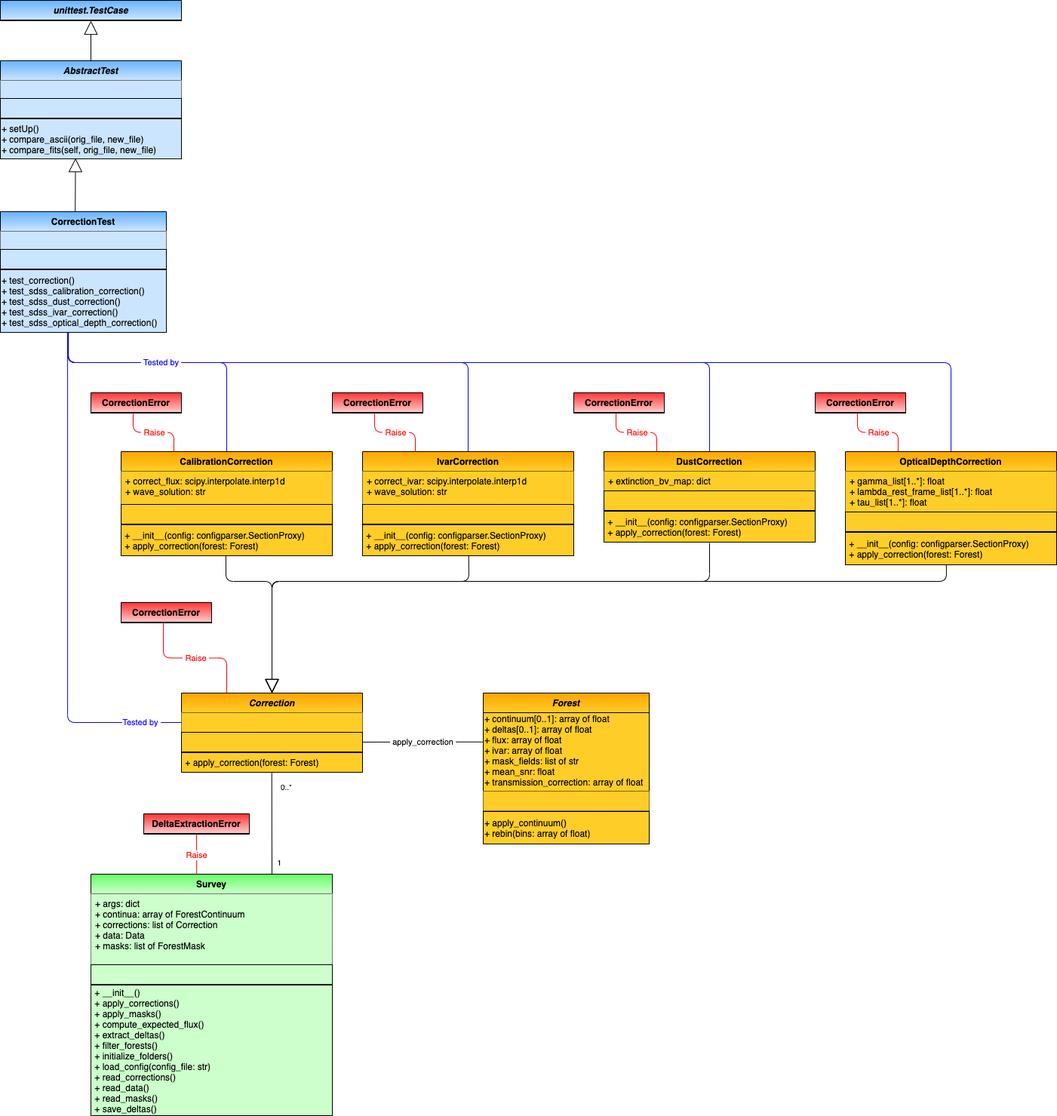
Before: docs/delta_extraction/data_model/data_model-Correction.png, a diagram exported from draw.io (igmhub/picca). Source tidied: cells renumbered, new cells last; positions are measured from the earlier drawing's top-left corner, leaving out a move shared by most shapes.
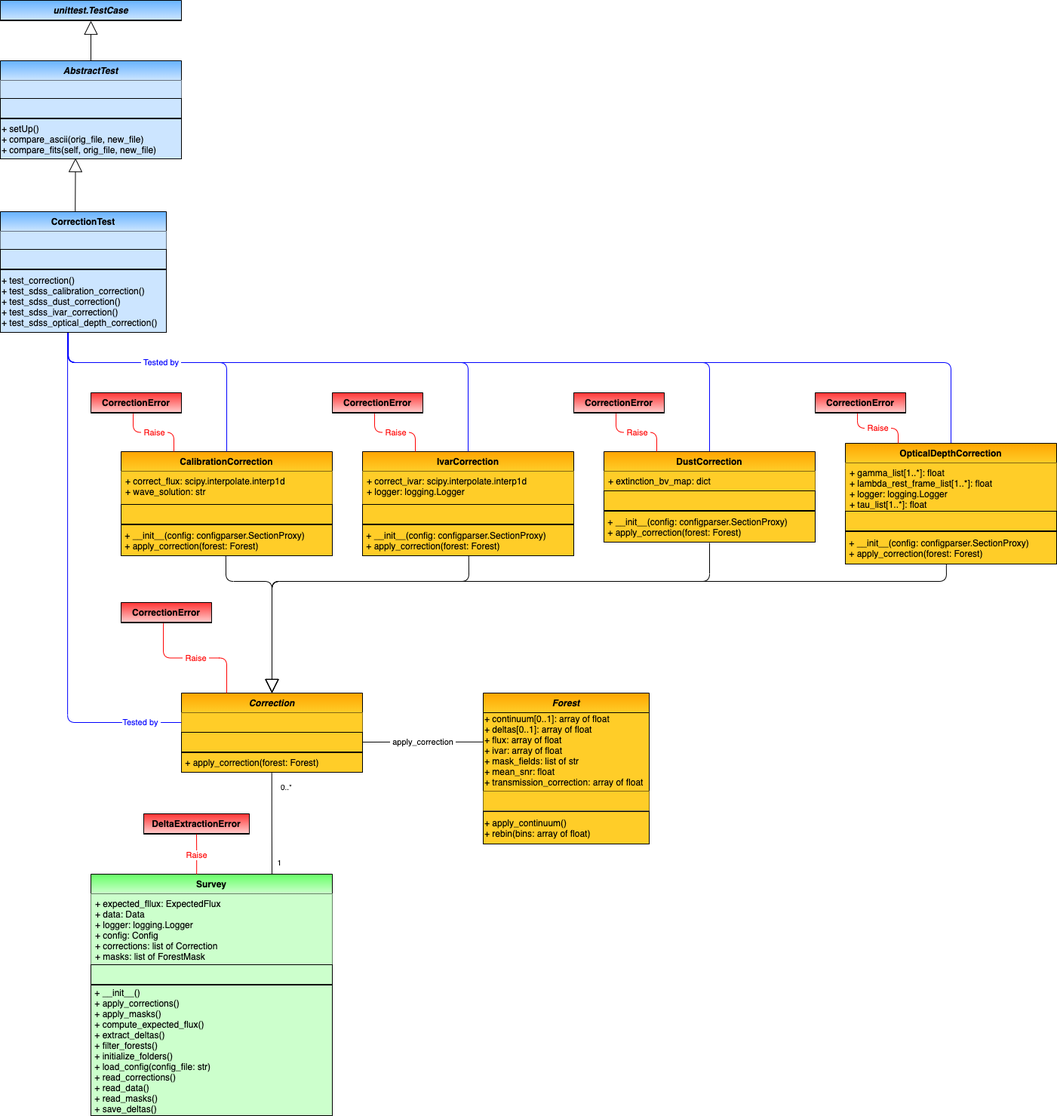
After the change.

Commit message:
updated data model

Change to the diagram source:
```diff
@@ -65,7 +65,7 @@
     <mxCell id="10" value="Survey" style="swimlane;fontStyle=1;horizontal=1;startSize=26;swimlaneFillColor=#ffffff;rounded=0;shadow=0;glass=0;comic=0;strokeColor=#000000;swimlaneLine=1;gradientDirection=north;fillColor=#CCFFCC;gradientColor=#66FF66;" parent="1" vertex="1">
       <mxGeometry x="120" y="1158" width="320" height="320" as="geometry" />
     </mxCell>
-    <mxCell id="11" value="+ args: dict&#10;+ continua: array of ForestContinuum&#10;+ corrections: list of Correction&#10;+ data: Data&#10;+ masks: list of ForestMask&#10;" style="text;strokeColor=none;align=left;verticalAlign=top;spacingLeft=4;spacingRight=4;overflow=hidden;gradientColor=none;fillColor=#CCFFCC;" parent="10" vertex="1">
+    <mxCell id="11" value="+ expected_fllux: ExpectedFlux&#10;+ data: Data&#10;+ logger: logging.Logger&#10;+ config: Config&#10;+ corrections: list of Correction&#10;+ masks: list of ForestMask" style="text;strokeColor=none;align=left;verticalAlign=top;spacingLeft=4;spacingRight=4;overflow=hidden;gradientColor=none;fillColor=#CCFFCC;" parent="10" vertex="1">
       <mxGeometry y="26" width="320" height="94" as="geometry" />
     </mxCell>
     <mxCell id="12" style="text;strokeColor=#000000;align=left;verticalAlign=middle;overflow=hidden;rounded=0;shadow=0;glass=0;comic=0;fontStyle=0;gradientColor=none;swimlaneFillColor=#ffffff;gradientDirection=north;startSize=26;fillColor=#CCFFCC;" parent="10" vertex="1">
@@ -110,7 +110,7 @@
     <mxCell id="25" value="IvarCorrection" style="swimlane;fontStyle=1;horizontal=1;startSize=26;fillColor=#ffcd28;swimlaneFillColor=#ffffff;rounded=0;shadow=0;glass=0;comic=0;strokeColor=#000000;gradientColor=#ffa500;swimlaneLine=1;gradientDirection=north;" parent="1" vertex="1">
       <mxGeometry x="480" y="598" width="280" height="138" as="geometry" />
     </mxCell>
-    <mxCell id="26" value="+ correct_ivar: scipy.interpolate.interp1d&#10;+ wave_solution: str" style="text;strokeColor=none;fillColor=#ffcd28;align=left;verticalAlign=top;spacingLeft=4;spacingRight=4;overflow=hidden;gradientColor=none;" parent="25" vertex="1">
+    <mxCell id="26" value="+ correct_ivar: scipy.interpolate.interp1d&#10;+ logger: logging.Logger" style="text;strokeColor=none;fillColor=#ffcd28;align=left;verticalAlign=top;spacingLeft=4;spacingRight=4;overflow=hidden;gradientColor=none;" parent="25" vertex="1">
       <mxGeometry y="26" width="280" height="44" as="geometry" />
     </mxCell>
     <mxCell id="27" style="text;strokeColor=#000000;fillColor=#ffcd28;align=left;verticalAlign=middle;overflow=hidden;rounded=0;shadow=0;glass=0;comic=0;fontStyle=0;gradientColor=none;swimlaneFillColor=#ffffff;gradientDirection=north;startSize=26;" parent="25" vertex="1">
@@ -138,19 +138,19 @@
       <mxGeometry y="79" width="280" height="41" as="geometry" />
     </mxCell>
     <mxCell id="35" value="OpticalDepthCorrection" style="swimlane;fontStyle=1;horizontal=1;startSize=26;fillColor=#ffcd28;swimlaneFillColor=#ffffff;rounded=0;shadow=0;glass=0;comic=0;strokeColor=#000000;gradientColor=#ffa500;swimlaneLine=1;gradientDirection=north;" parent="1" vertex="1">
-      <mxGeometry x="1120" y="598" width="280" height="150" as="geometry" />
+      <mxGeometry x="1120" y="587" width="280" height="160" as="geometry" />
     </mxCell>
-    <mxCell id="36" value="+ gamma_list[1..*]: float&#10;+ lambda_rest_frame_list[1..*]: float&#10;+ tau_list[1..*]: float" style="text;strokeColor=none;fillColor=#ffcd28;align=left;verticalAlign=top;spacingLeft=4;spacingRight=4;overflow=hidden;gradientColor=none;" parent="35" vertex="1">
-      <mxGeometry y="26" width="280" height="54" as="geometry" />
+    <mxCell id="36" value="+ gamma_list[1..*]: float&#10;+ lambda_rest_frame_list[1..*]: float&#10;+ logger: logging.Logger&#10;+ tau_list[1..*]: float" style="text;strokeColor=none;fillColor=#ffcd28;align=left;verticalAlign=top;spacingLeft=4;spacingRight=4;overflow=hidden;gradientColor=none;" parent="35" vertex="1">
+      <mxGeometry y="26" width="280" height="64" as="geometry" />
     </mxCell>
     <mxCell id="37" style="text;strokeColor=#000000;fillColor=#ffcd28;align=left;verticalAlign=middle;overflow=hidden;rounded=0;shadow=0;glass=0;comic=0;fontStyle=0;gradientColor=none;swimlaneFillColor=#ffffff;gradientDirection=north;startSize=26;" parent="35" vertex="1">
-      <mxGeometry y="80" width="280" height="26" as="geometry" />
+      <mxGeometry y="90" width="280" height="26" as="geometry" />
     </mxCell>
     <mxCell id="38" style="line;strokeWidth=1;fillColor=none;align=left;verticalAlign=middle;spacingTop=-1;spacingLeft=3;spacingRight=3;labelPosition=right;rounded=0;shadow=0;glass=0;comic=0;" parent="35" vertex="1">
-      <mxGeometry y="106" width="280" height="1" as="geometry" />
+      <mxGeometry y="116" width="280" height="1" as="geometry" />
     </mxCell>
     <mxCell id="39" value=" + __init__(config: configparser.SectionProxy)&#10; + apply_correction(forest: Forest)" style="text;strokeColor=#000000;fillColor=#ffcd28;align=left;verticalAlign=middle;overflow=hidden;points=[[0,0.5],[1,0.5]];portConstraint=eastwest;rounded=0;shadow=0;glass=0;comic=0;fontStyle=0;gradientColor=none;swimlaneFillColor=#ffffff;gradientDirection=north;startSize=26;" parent="35" vertex="1">
-      <mxGeometry y="107" width="280" height="43" as="geometry" />
+      <mxGeometry y="117" width="280" height="43" as="geometry" />
     </mxCell>
     <mxCell id="40" value="DeltaExtractionError" style="swimlane;fontStyle=1;horizontal=1;startSize=26;swimlaneFillColor=#ffffff;rounded=0;shadow=0;glass=0;comic=0;strokeColor=#000000;swimlaneLine=1;gradientDirection=north;fillColor=#FFCCCC;gradientColor=#FF3333;" parent="1" vertex="1">
       <mxGeometry x="190" y="1078" width="140" height="27" as="geometry" />
```
